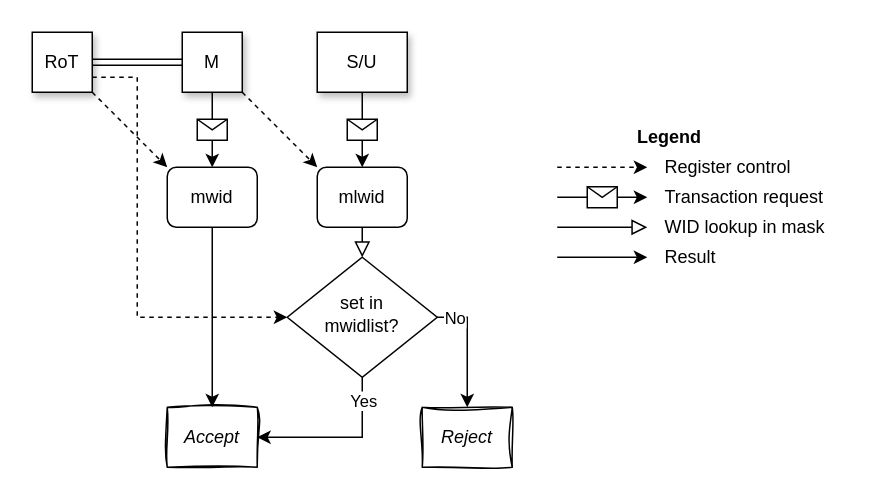
Earlier version of the draw.io diagram src/images/WG-smwidl.drawio (MIPS/riscv-partitioning). Source tidied: cells renumbered, new cells numbered last; positions are measured from the earlier drawing's top-left corner, leaving out a move shared by most shapes. Both pictures are drawn from the tidied source at 150%, with x=0, y=0 at pixel (32, 32).
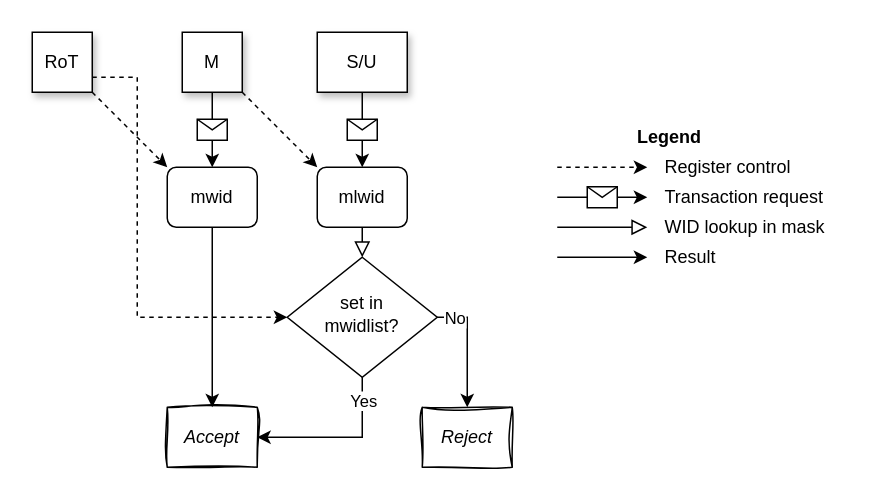
Above is the later version.

The change refers to these unchanged cells:
```xml
<mxCell id="2" value="M" style="rounded=0;whiteSpace=wrap;html=1;fontSize=12;glass=0;strokeWidth=1;shadow=1;" parent="1" vertex="1">
  <mxGeometry x="100" width="40" height="40" as="geometry" />
</mxCell>
<mxCell id="19" value="RoT" style="rounded=0;whiteSpace=wrap;html=1;fontSize=12;glass=0;strokeWidth=1;shadow=1;" parent="1" vertex="1">
  <mxGeometry width="40" height="40" as="geometry" />
</mxCell>
```

Diff of the diagram source:
```diff
@@
-    <mxCell id="32" style="shape=link;html=1;rounded=0;exitX=1;exitY=0.5;exitDx=0;exitDy=0;entryX=0;entryY=0.5;entryDx=0;entryDy=0;" parent="1" edge="1" source="19" target="2">
-      <mxGeometry relative="1" as="geometry" />
-    </mxCell>
```
